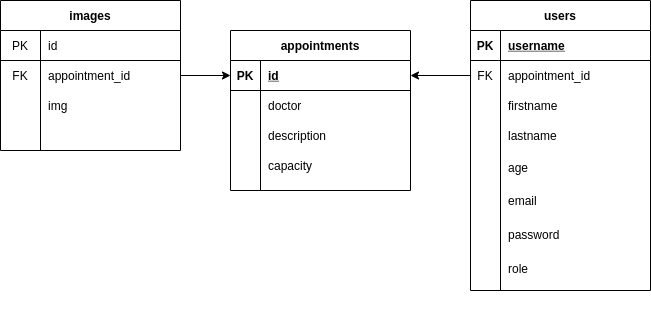
This is docs/diagrams/db.png from kevindoubleu/COMPFEST-Hospital, a draw.io export, as it was before one commit. Source tidied: cells renumbered, new cells last; positions are measured from the earlier drawing's top-left corner, leaving out a move shared by most shapes.
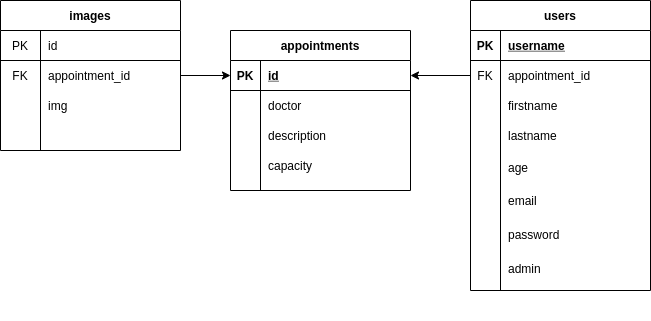
The same diagram one commit later.

The edit, as a diff of the source:
```diff
@@ -92,7 +92,7 @@
     <mxCell id="31" value="password" style="shape=partialRectangle;fillColor=none;top=0;left=0;bottom=0;right=0;align=left;spacingLeft=6;overflow=hidden;" parent="15" vertex="1">
       <mxGeometry x="30" y="217.2" width="150" height="33.6" as="geometry" />
     </mxCell>
-    <mxCell id="32" value="role" style="shape=partialRectangle;fillColor=none;top=0;left=0;bottom=0;right=0;align=left;spacingLeft=6;overflow=hidden;" parent="15" vertex="1">
+    <mxCell id="32" value="admin" style="shape=partialRectangle;fillColor=none;top=0;left=0;bottom=0;right=0;align=left;spacingLeft=6;overflow=hidden;" parent="15" vertex="1">
       <mxGeometry x="30" y="250.8" width="150" height="33.6" as="geometry" />
     </mxCell>
     <mxCell id="33" style="edgeStyle=orthogonalEdgeStyle;rounded=0;jettySize=auto;html=1;entryX=1;entryY=0.5;entryDx=0;entryDy=0;" parent="1" edge="1" source="20" target="3">
```
